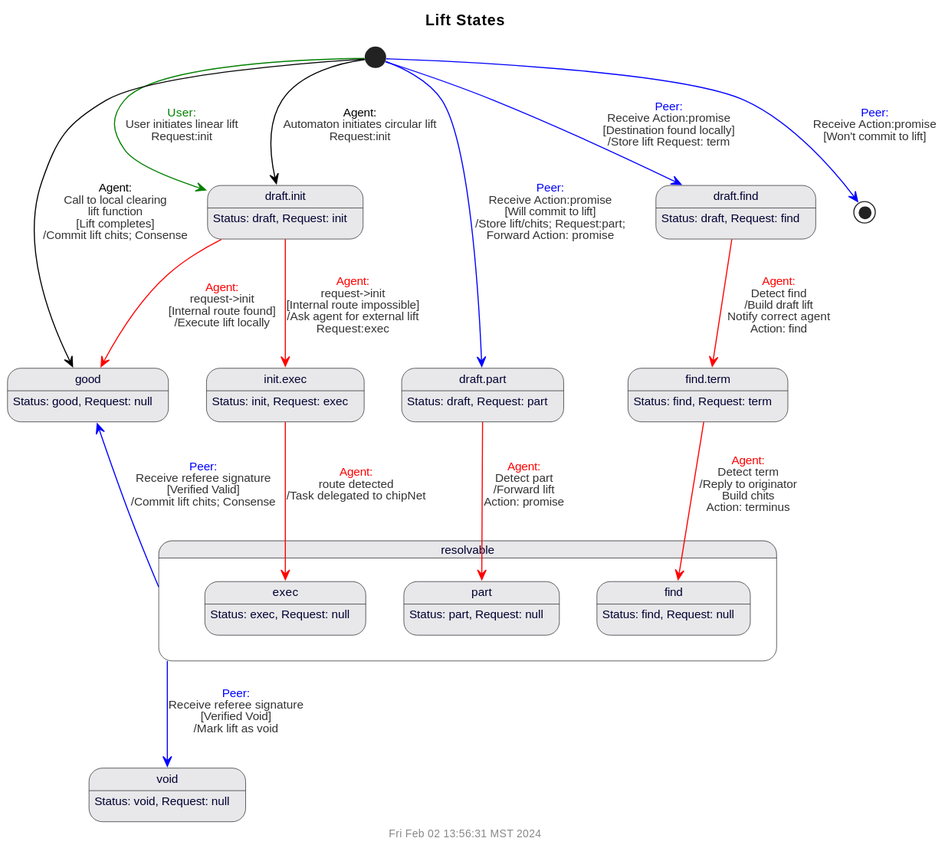
gotchoices/MyCHIPs keeps this PlantUML diagram as doc/uml/state-lift.svg. Above is the earlier version.
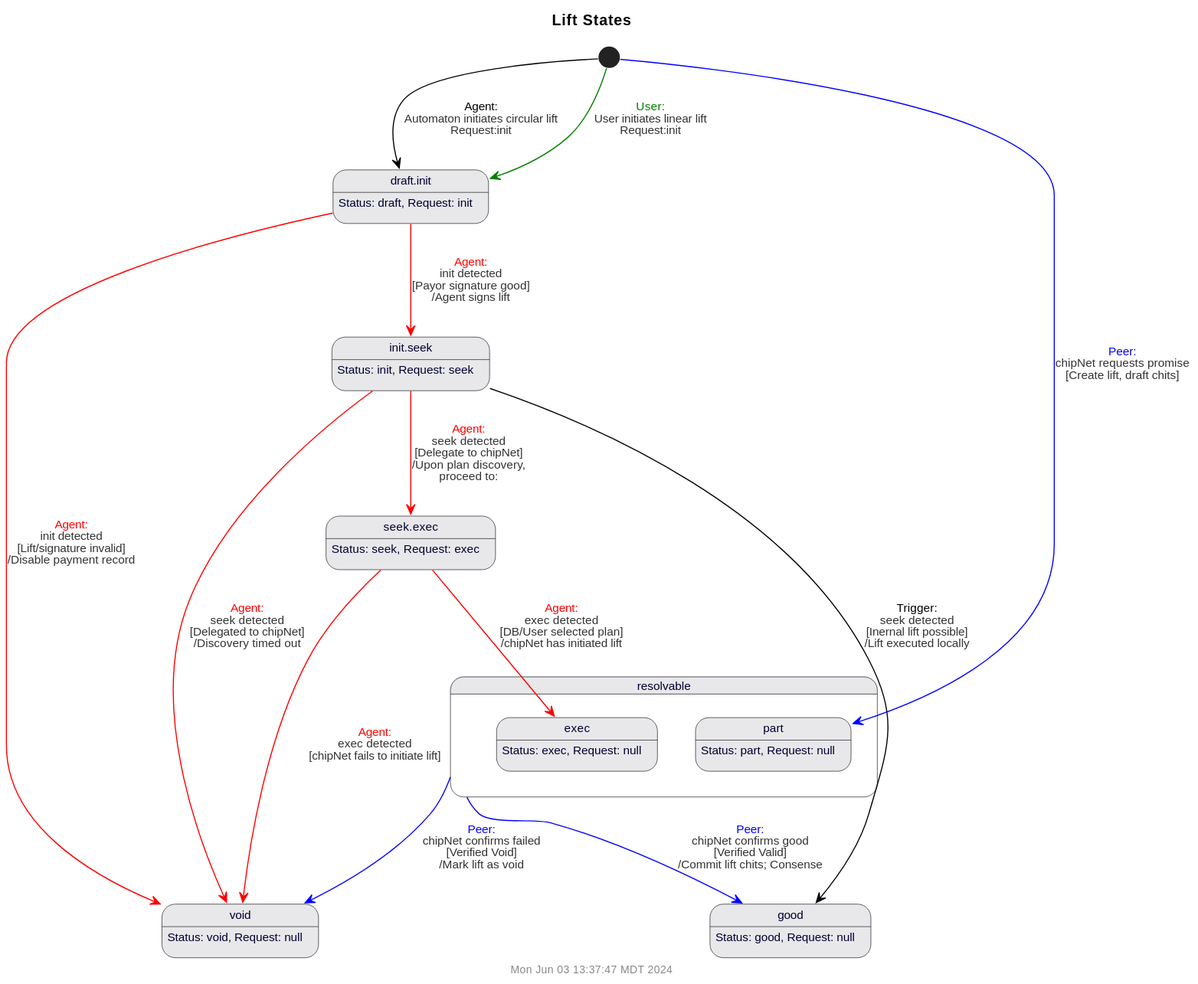
Above is the later version.

Change to the diagram source:
```diff
@@ -3,43 +3,34 @@
 
 $title(Lift States)
 state "draft.init" as draftInit
-state "init.exec" as initExec
-state "draft.part" as draftPart
-state "draft.find" as draftFind
-state "find.term" as findTerm
+state "init.seek" as initSeek
+state "seek.exec" as seekExec
 state resolvable {
   state exec
   state part
-  state find
 }
 
 draftInit: Status: draft, Request: init
-initExec: Status: init, Request: exec
-draftFind:  Status: draft, Request: find
-findTerm:  Status: find, Request: term
-draftPart:  Status: draft, Request: part
+initSeek: Status: init, Request: seek
+seekExec: Status: seek, Request: exec
 exec:  Status: exec, Request: null
 good:  Status: good, Request: null
 part:  Status: part, Request: null
-find:  Status: find, Request: null
 void:  Status: void, Request: null
 
 [*] -[$user]-> draftInit: $trans($user,User initiates linear lift\nRequest:init,'')
 [*] --> draftInit: $trans(Agent,Automaton initiates circular lift\nRequest:init,'')
-draftInit -[$db]-> good: $trans($db, request->init, 'Internal route found', Execute lift locally)
-draftInit -[$db]-> initExec: $trans($db, request->init, 'Internal route impossible', Ask agent for external lift\nRequest:exec)
-initExec -[$db]-> exec: $trans($db, route detected,'',Task delegated to chipNet)
+draftInit -[$db]-> void: $trans($db, init detected, 'Lift/signature invalid', Disable payment record)
+draftInit -[$db]-> initSeek: $trans($db, init detected, 'Payor signature good', Agent signs lift)
+initSeek -[$db]-> seekExec: $trans($db, seek detected, Delegate to chipNet, 'Upon plan discovery,\nproceed to:')
+initSeek -[$db]-> void: $trans($db, seek detected, Delegated to chipNet, 'Discovery timed out')
+initSeek --> good: $trans(Trigger, seek detected, Inernal lift possible, Lift executed locally)
 
-[*] -[$peer]-> [*]: $trans($peer,Receive Action:promise, Won't commit to lift)
-[*] -[$peer]-> draftPart: $trans($peer,Receive Action:promise,Will commit to lift, 'Store lift/chits; Request:part;\nForward Action: promise')
-[*] -[$peer]-> draftFind: $trans($peer,Receive Action:promise,Destination found locally, 'Store lift Request: term')
+seekExec -[$db]-> exec: $trans($db, exec detected, DB/User selected plan, chipNet has initiated lift)
+seekExec -[$db]-> void: $trans($db, exec detected, chipNet fails to initiate lift)
 
-draftFind -[$db]-> findTerm: $trans($db,Detect find,'', Build draft lift\nNotify correct agent\nAction: find)
-findTerm -[$db]-> find: $trans($db,Detect term,'', Reply to originator\nBuild chits\nAction: terminus)
-draftPart -[$db]-> part: $trans($db,Detect part,'', Forward lift\nAction: promise)
+[*] -[$peer]-> part: $trans($peer, chipNet requests promise, 'Create lift, draft chits')
 
-[*] --> good: $trans(Agent, Call to local clearing\nlift function, Lift completes, Commit lift chits; Consense)
-
-resolvable -up[$peer]-> good: $trans($peer,Receive referee signature, Verified Valid, Commit lift chits; Consense)
-resolvable -[$peer]-> void: $trans($peer,Receive referee signature, Verified Void, Mark lift as void)
+resolvable -[$peer]-> good: $trans($peer, chipNet confirms good, Verified Valid, Commit lift chits; Consense)
+resolvable -[$peer]-> void: $trans($peer, chipNet confirms failed, Verified Void, Mark lift as void)
 @enduml
```
